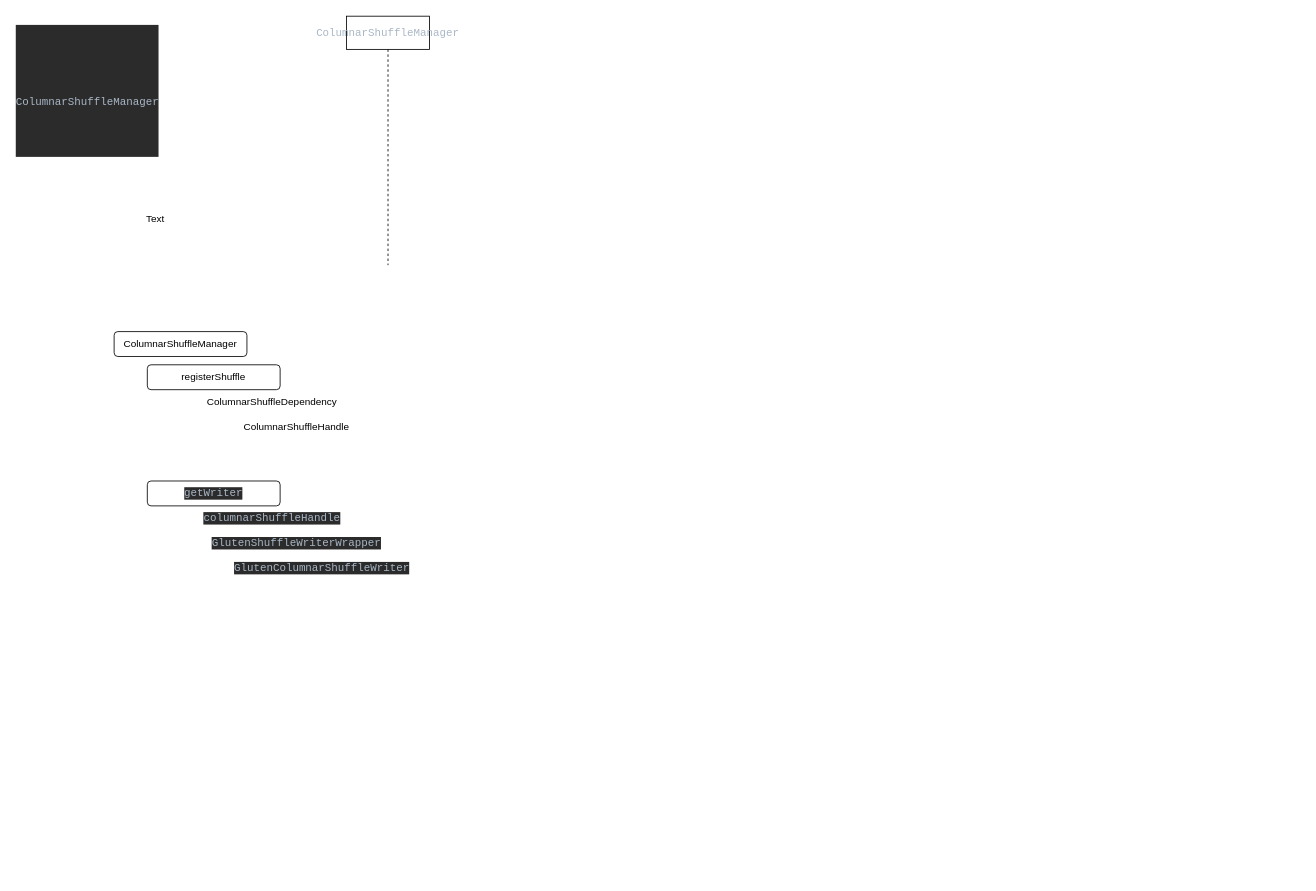
This is page "Page-1" (1 of 2) of gluten.drawio from loukey-lj/WX, a draw.io file, before an edit. Source tidied: cells renumbered, new cells numbered last; positions are measured from the earlier drawing's top-left corner, leaving out a move shared by most shapes. Both pictures are drawn from the tidied source at 83%, with x=0, y=0 at pixel (14, 16).
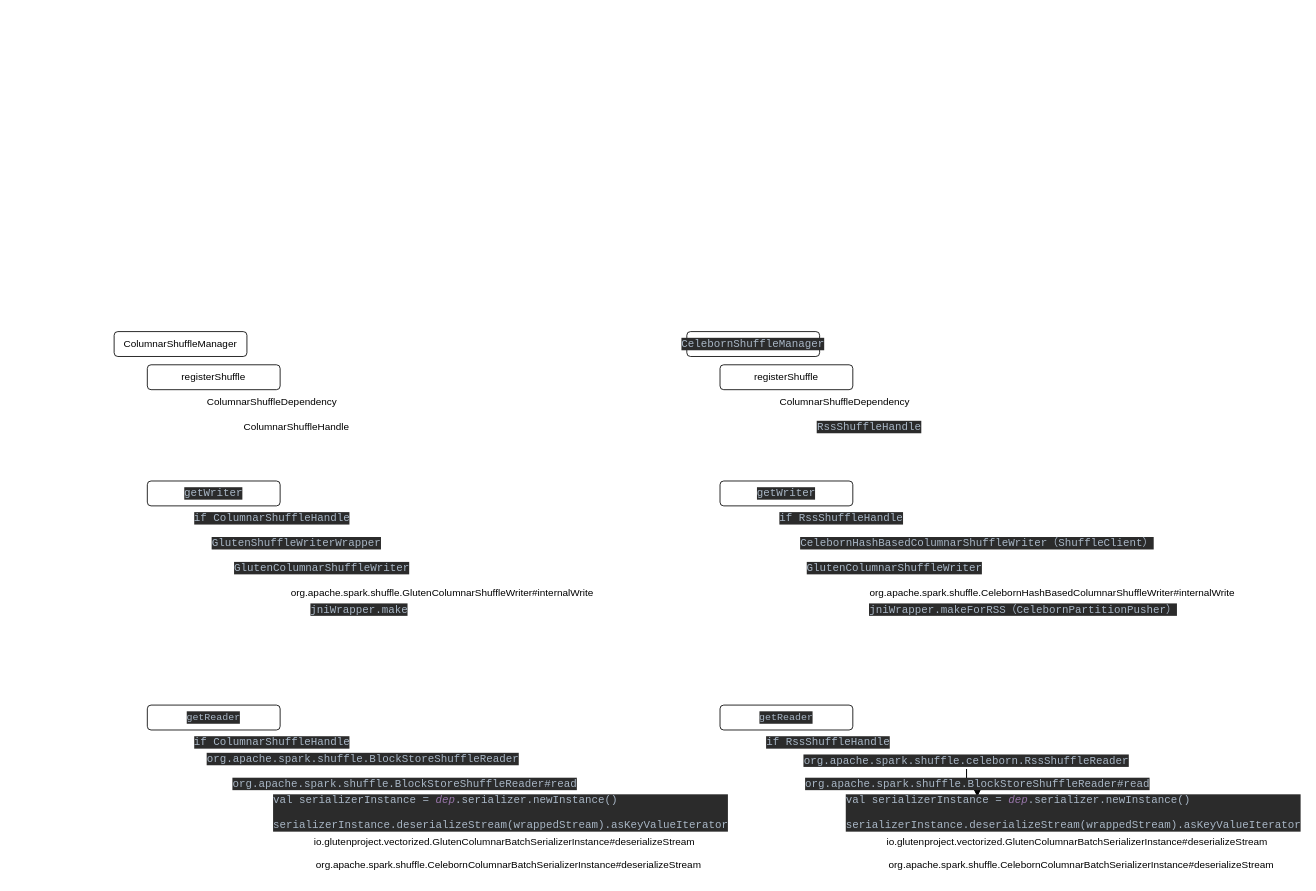
The same diagram, later.

Diff of the diagram source:
```diff
@@
-    <mxCell id="2" value="&lt;div style=&quot;background-color:#2b2b2b;color:#a9b7c6;font-family:'JetBrains Mono',monospace;font-size:9.8pt;&quot;&gt;&lt;pre&gt;&lt;br&gt;&lt;/pre&gt;&lt;pre&gt;&lt;br&gt;&lt;/pre&gt;&lt;pre&gt;&lt;br&gt;&lt;/pre&gt;&lt;pre&gt;ColumnarShuffleManager&lt;/pre&gt;&lt;pre&gt;&lt;div style=&quot;font-family: &amp;quot;JetBrains Mono&amp;quot;, monospace; font-size: 9.8pt;&quot;&gt;&lt;pre&gt;&lt;span style=&quot;white-space: normal;&quot;&gt;&lt;/span&gt;&lt;br&gt;&lt;/pre&gt;&lt;pre&gt;     &lt;/pre&gt;&lt;/div&gt;&lt;/pre&gt;&lt;/div&gt;" style="text;html=1;strokeColor=none;fillColor=none;align=left;verticalAlign=middle;whiteSpace=wrap;rounded=0;" parent="1" vertex="1">
-      <mxGeometry y="30" width="240" height="120" as="geometry" />
-    </mxCell>
-    <mxCell id="3" value="&lt;pre style=&quot;border-color: var(--border-color); font-style: normal; font-variant-ligatures: normal; font-variant-caps: normal; font-weight: 400; font-size: 13.0667px; color: rgb(169, 183, 198); text-align: left;&quot;&gt;&lt;br&gt;&lt;/pre&gt;" style="text;html=1;strokeColor=none;fillColor=none;align=center;verticalAlign=middle;whiteSpace=wrap;rounded=0;" parent="1" vertex="1">
-      <mxGeometry x="110" y="200" width="170" height="20" as="geometry" />
-    </mxCell>
-    <mxCell id="4" value="Text" style="text;html=1;strokeColor=none;fillColor=none;align=center;verticalAlign=middle;whiteSpace=wrap;rounded=0;" parent="1" vertex="1">
-      <mxGeometry x="140" y="230" width="60" height="30" as="geometry" />
-    </mxCell>
-    <mxCell id="5" value="&lt;pre style=&quot;border-color: var(--border-color); font-style: normal; font-variant-ligatures: normal; font-variant-caps: normal; font-weight: 400; font-size: 13.0667px; color: rgb(169, 183, 198); text-align: left;&quot;&gt;ColumnarShuffleManager&lt;/pre&gt;" style="shape=umlLifeline;perimeter=lifelinePerimeter;whiteSpace=wrap;html=1;newEdgeStyle={&quot;edgeStyle&quot;:&quot;elbowEdgeStyle&quot;,&quot;elbow&quot;:&quot;vertical&quot;,&quot;curved&quot;:0,&quot;rounded&quot;:0};" parent="1" vertex="1">
-      <mxGeometry x="400" width="100" height="300" as="geometry" />
-    </mxCell>
@@
-    <mxCell id="11" value="&lt;div style=&quot;background-color:#2b2b2b;color:#a9b7c6;font-family:'JetBrains Mono',monospace;font-size:9.8pt;&quot;&gt;&lt;pre&gt;columnarShuffleHandle&lt;/pre&gt;&lt;/div&gt;" style="text;align=center;verticalAlign=middle;strokeColor=none;fillColor=none;labelBorderColor=none;html=1;" parent="1" vertex="1">
-      <mxGeometry x="225" y="590" width="170" height="30" as="geometry" />
+    <mxCell id="11" value="&lt;div style=&quot;background-color:#2b2b2b;color:#a9b7c6;font-family:'JetBrains Mono',monospace;font-size:9.8pt;&quot;&gt;&lt;pre&gt;if ColumnarShuffleHandle&lt;/pre&gt;&lt;/div&gt;" style="text;align=center;verticalAlign=middle;strokeColor=none;fillColor=none;labelBorderColor=none;html=1;" parent="1" vertex="1">
+      <mxGeometry x="210" y="590" width="200" height="30" as="geometry" />
     </mxCell>
@@
+    <mxCell id="14" value="&lt;div style=&quot;background-color:#2b2b2b;color:#a9b7c6;font-family:'JetBrains Mono',monospace;font-size:9.8pt;&quot;&gt;&lt;pre&gt;jniWrapper.make&lt;/pre&gt;&lt;/div&gt;" style="text;html=1;align=center;verticalAlign=middle;strokeColor=none;fillColor=none;" parent="1" vertex="1">
+      <mxGeometry x="350" y="700" width="130" height="30" as="geometry" />
+    </mxCell>
+    <mxCell id="15" value="org.apache.spark.shuffle.GlutenColumnarShuffleWriter#internalWrite" style="text;html=1;align=center;verticalAlign=middle;strokeColor=none;fillColor=none;" parent="1" vertex="1">
+      <mxGeometry x="320" y="680" width="390" height="30" as="geometry" />
+    </mxCell>
+    <mxCell id="16" value="&lt;div style=&quot;background-color: rgb(43, 43, 43);&quot;&gt;&lt;pre style=&quot;&quot;&gt;&lt;font face=&quot;JetBrains Mono, monospace&quot; color=&quot;#a9b7c6&quot;&gt;getReader&lt;br&gt;&lt;/font&gt;&lt;/pre&gt;&lt;/div&gt;" style="rounded=1;labelBorderColor=none;html=1;whiteSpace=wrap;" parent="1" vertex="1">
+      <mxGeometry x="160" y="830" width="160" height="30" as="geometry" />
+    </mxCell>
+    <mxCell id="17" value="&lt;div style=&quot;background-color:#2b2b2b;color:#a9b7c6;font-family:'JetBrains Mono',monospace;font-size:9.8pt;&quot;&gt;&lt;pre&gt;&lt;div style=&quot;font-family: &amp;quot;JetBrains Mono&amp;quot;, monospace; font-size: 9.8pt;&quot;&gt;&lt;pre&gt;if ColumnarShuffleHandle&lt;/pre&gt;&lt;/div&gt;&lt;/pre&gt;&lt;/div&gt;" style="text;align=center;verticalAlign=middle;strokeColor=none;fillColor=none;labelBorderColor=none;html=1;" parent="1" vertex="1">
+      <mxGeometry x="210" y="860" width="200" height="30" as="geometry" />
+    </mxCell>
+    <mxCell id="18" value="&lt;div style=&quot;background-color:#2b2b2b;color:#a9b7c6;font-family:'JetBrains Mono',monospace;font-size:9.8pt;&quot;&gt;&lt;pre&gt;&lt;div style=&quot;font-family: &amp;quot;JetBrains Mono&amp;quot;, monospace; font-size: 9.8pt;&quot;&gt;&lt;pre&gt;org.apache.spark.shuffle.BlockStoreShuffleReader&lt;/pre&gt;&lt;/div&gt;&lt;/pre&gt;&lt;/div&gt;" style="text;strokeColor=none;fillColor=none;align=center;verticalAlign=middle;rounded=0;labelBorderColor=none;html=1;whiteSpace=wrap;" parent="1" vertex="1">
+      <mxGeometry x="340" y="880" width="160" height="30" as="geometry" />
+    </mxCell>
+    <mxCell id="19" value="&lt;div style=&quot;background-color:#2b2b2b;color:#a9b7c6;font-family:'JetBrains Mono',monospace;font-size:9.8pt;&quot;&gt;&lt;pre&gt;org.apache.spark.shuffle.BlockStoreShuffleReader#read&lt;/pre&gt;&lt;/div&gt;" style="text;html=1;align=center;verticalAlign=middle;strokeColor=none;fillColor=none;" parent="1" vertex="1">
+      <mxGeometry x="270" y="910" width="400" height="30" as="geometry" />
+    </mxCell>
+    <mxCell id="20" value="&lt;div style=&quot;background-color:#2b2b2b;color:#a9b7c6;font-family:'JetBrains Mono',monospace;font-size:9.8pt;&quot;&gt;&lt;pre&gt;val serializerInstance = &lt;span style=&quot;color:#9876aa;font-style:italic;&quot;&gt;dep&lt;/span&gt;.serializer.newInstance()&lt;/pre&gt;&lt;pre&gt;&lt;div style=&quot;font-family: &amp;quot;JetBrains Mono&amp;quot;, monospace; font-size: 9.8pt;&quot;&gt;&lt;pre&gt;serializerInstance.deserializeStream(wrappedStream).asKeyValueIterator&lt;/pre&gt;&lt;/div&gt;&lt;/pre&gt;&lt;/div&gt;" style="text;html=1;align=left;verticalAlign=middle;strokeColor=none;fillColor=none;" parent="1" vertex="1">
+      <mxGeometry x="310" y="940" width="530" height="40" as="geometry" />
+    </mxCell>
+    <mxCell id="21" value="io.glutenproject.vectorized.GlutenColumnarBatchSerializerInstance#deserializeStream" style="text;html=1;align=center;verticalAlign=middle;strokeColor=none;fillColor=none;" parent="1" vertex="1">
+      <mxGeometry x="350" y="980" width="480" height="30" as="geometry" />
+    </mxCell>
+    <mxCell id="22" value="org.apache.spark.shuffle.CelebornColumnarBatchSerializerInstance#deserializeStream" style="text;html=1;align=center;verticalAlign=middle;strokeColor=none;fillColor=none;" parent="1" vertex="1">
+      <mxGeometry x="350" y="1008" width="490" height="30" as="geometry" />
+    </mxCell>
+    <mxCell id="23" value="&lt;div style=&quot;background-color:#2b2b2b;color:#a9b7c6;font-family:'JetBrains Mono',monospace;font-size:9.8pt;&quot;&gt;&lt;pre&gt;CelebornShuffleManager&lt;/pre&gt;&lt;/div&gt;" style="rounded=1;labelBorderColor=none;html=1;whiteSpace=wrap;" parent="1" vertex="1">
+      <mxGeometry x="810" y="380" width="160" height="30" as="geometry" />
+    </mxCell>
+    <mxCell id="24" value="registerShuffle" style="rounded=1;labelBorderColor=none;html=1;whiteSpace=wrap;" parent="1" vertex="1">
+      <mxGeometry x="850" y="420" width="160" height="30" as="geometry" />
+    </mxCell>
+    <mxCell id="25" value="ColumnarShuffleDependency&lt;br&gt;" style="text;align=center;verticalAlign=middle;strokeColor=none;fillColor=none;labelBorderColor=none;html=1;" parent="1" vertex="1">
+      <mxGeometry x="900" y="450" width="200" height="30" as="geometry" />
+    </mxCell>
+    <mxCell id="26" value="&lt;div style=&quot;background-color:#2b2b2b;color:#a9b7c6;font-family:'JetBrains Mono',monospace;font-size:9.8pt;&quot;&gt;&lt;pre&gt;RssShuffleHandle&lt;/pre&gt;&lt;/div&gt;" style="text;strokeColor=none;fillColor=none;align=center;verticalAlign=middle;rounded=0;labelBorderColor=none;html=1;whiteSpace=wrap;" parent="1" vertex="1">
+      <mxGeometry x="950" y="480" width="160" height="30" as="geometry" />
+    </mxCell>
+    <mxCell id="27" value="&lt;div style=&quot;background-color:#2b2b2b;color:#a9b7c6;font-family:'JetBrains Mono',monospace;font-size:9.8pt;&quot;&gt;&lt;pre&gt;getWriter&lt;/pre&gt;&lt;/div&gt;" style="rounded=1;labelBorderColor=none;html=1;whiteSpace=wrap;" parent="1" vertex="1">
+      <mxGeometry x="850" y="560" width="160" height="30" as="geometry" />
+    </mxCell>
+    <mxCell id="28" value="&lt;div style=&quot;background-color:#2b2b2b;color:#a9b7c6;font-family:'JetBrains Mono',monospace;font-size:9.8pt;&quot;&gt;&lt;pre&gt;if RssShuffleHandle&lt;/pre&gt;&lt;/div&gt;" style="text;align=left;verticalAlign=middle;strokeColor=none;fillColor=none;labelBorderColor=none;html=1;" parent="1" vertex="1">
+      <mxGeometry x="920" y="590" width="160" height="30" as="geometry" />
+    </mxCell>
+    <mxCell id="29" value="&lt;div style=&quot;background-color:#2b2b2b;color:#a9b7c6;font-family:'JetBrains Mono',monospace;font-size:9.8pt;&quot;&gt;&lt;pre&gt;&lt;div style=&quot;font-family: &amp;quot;JetBrains Mono&amp;quot;, monospace; font-size: 9.8pt;&quot;&gt;&lt;pre&gt;&lt;div style=&quot;font-family: &amp;quot;JetBrains Mono&amp;quot;, monospace; font-size: 9.8pt;&quot;&gt;&lt;pre&gt;CelebornHashBasedColumnarShuffleWriter（ShuffleClient）&lt;/pre&gt;&lt;/div&gt;&lt;/pre&gt;&lt;/div&gt;&lt;/pre&gt;&lt;/div&gt;" style="text;strokeColor=none;fillColor=none;align=center;verticalAlign=middle;rounded=0;labelBorderColor=none;html=1;whiteSpace=wrap;" parent="1" vertex="1">
+      <mxGeometry x="950" y="620" width="420" height="30" as="geometry" />
+    </mxCell>
+    <mxCell id="30" value="&lt;div style=&quot;background-color:#2b2b2b;color:#a9b7c6;font-family:'JetBrains Mono',monospace;font-size:9.8pt;&quot;&gt;&lt;pre&gt;GlutenColumnarShuffleWriter&lt;/pre&gt;&lt;/div&gt;" style="text;html=1;align=center;verticalAlign=middle;strokeColor=none;fillColor=none;" parent="1" vertex="1">
+      <mxGeometry x="950" y="650" width="220" height="30" as="geometry" />
+    </mxCell>
+    <mxCell id="31" value="&lt;div style=&quot;background-color:#2b2b2b;color:#a9b7c6;font-family:'JetBrains Mono',monospace;font-size:9.8pt;&quot;&gt;&lt;pre&gt;jniWrapper.makeForRSS（CelebornPartitionPusher）&lt;/pre&gt;&lt;/div&gt;" style="text;html=1;align=center;verticalAlign=middle;strokeColor=none;fillColor=none;" parent="1" vertex="1">
+      <mxGeometry x="1030" y="700" width="370" height="30" as="geometry" />
+    </mxCell>
+    <mxCell id="32" value="org.apache.spark.shuffle.CelebornHashBasedColumnarShuffleWriter#internalWrite" style="text;html=1;align=center;verticalAlign=middle;strokeColor=none;fillColor=none;" parent="1" vertex="1">
+      <mxGeometry x="1020" y="680" width="460" height="30" as="geometry" />
+    </mxCell>
+    <mxCell id="33" value="&lt;div style=&quot;background-color: rgb(43, 43, 43);&quot;&gt;&lt;pre style=&quot;&quot;&gt;&lt;font face=&quot;JetBrains Mono, monospace&quot; color=&quot;#a9b7c6&quot;&gt;getReader&lt;br&gt;&lt;/font&gt;&lt;/pre&gt;&lt;/div&gt;" style="rounded=1;labelBorderColor=none;html=1;whiteSpace=wrap;" parent="1" vertex="1">
+      <mxGeometry x="850" y="830" width="160" height="30" as="geometry" />
+    </mxCell>
+    <mxCell id="34" value="&lt;div style=&quot;background-color:#2b2b2b;color:#a9b7c6;font-family:'JetBrains Mono',monospace;font-size:9.8pt;&quot;&gt;&lt;pre&gt;&lt;div style=&quot;font-family: &amp;quot;JetBrains Mono&amp;quot;, monospace; font-size: 9.8pt;&quot;&gt;&lt;pre&gt;if RssShuffleHandle&lt;/pre&gt;&lt;/div&gt;&lt;/pre&gt;&lt;/div&gt;" style="text;align=center;verticalAlign=middle;strokeColor=none;fillColor=none;labelBorderColor=none;html=1;" parent="1" vertex="1">
+      <mxGeometry x="900" y="860" width="160" height="30" as="geometry" />
+    </mxCell>
+    <mxCell id="35" style="edgeStyle=orthogonalEdgeStyle;rounded=0;jettySize=auto;html=1;" parent="1" edge="1" source="37" target="38">
+      <mxGeometry relative="1" as="geometry" />
+    </mxCell>
+    <mxCell id="36" style="edgeStyle=orthogonalEdgeStyle;rounded=0;jettySize=auto;html=1;" parent="1" edge="1" source="37" target="38">
+      <mxGeometry relative="1" as="geometry" />
+    </mxCell>
+    <mxCell id="37" value="&lt;div style=&quot;background-color:#2b2b2b;color:#a9b7c6;font-family:'JetBrains Mono',monospace;font-size:9.8pt;&quot;&gt;&lt;pre&gt;&lt;div style=&quot;font-family: &amp;quot;JetBrains Mono&amp;quot;, monospace; font-size: 9.8pt;&quot;&gt;&lt;pre&gt;org.apache.spark.shuffle.celeborn.RssShuffleReader&lt;/pre&gt;&lt;/div&gt;&lt;/pre&gt;&lt;/div&gt;" style="text;strokeColor=none;fillColor=none;align=center;verticalAlign=middle;rounded=0;labelBorderColor=none;html=1;whiteSpace=wrap;" parent="1" vertex="1">
+      <mxGeometry x="962" y="887" width="370" height="20" as="geometry" />
+    </mxCell>
+    <mxCell id="38" value="&lt;div style=&quot;background-color:#2b2b2b;color:#a9b7c6;font-family:'JetBrains Mono',monospace;font-size:9.8pt;&quot;&gt;&lt;pre&gt;org.apache.spark.shuffle.BlockStoreShuffleReader#read&lt;/pre&gt;&lt;/div&gt;" style="text;html=1;align=center;verticalAlign=middle;points=[];strokeColor=none;fillColor=none;" parent="1" vertex="1">
+      <mxGeometry x="960" y="910" width="400" height="30" as="geometry" />
+    </mxCell>
+    <mxCell id="39" value="&lt;div style=&quot;background-color:#2b2b2b;color:#a9b7c6;font-family:'JetBrains Mono',monospace;font-size:9.8pt;&quot;&gt;&lt;pre&gt;val serializerInstance = &lt;span style=&quot;color:#9876aa;font-style:italic;&quot;&gt;dep&lt;/span&gt;.serializer.newInstance()&lt;/pre&gt;&lt;pre&gt;&lt;div style=&quot;font-family: &amp;quot;JetBrains Mono&amp;quot;, monospace; font-size: 9.8pt;&quot;&gt;&lt;pre&gt;serializerInstance.deserializeStream(wrappedStream).asKeyValueIterator&lt;/pre&gt;&lt;/div&gt;&lt;/pre&gt;&lt;/div&gt;" style="text;html=1;align=left;verticalAlign=middle;strokeColor=none;fillColor=none;" parent="1" vertex="1">
+      <mxGeometry x="1000" y="940" width="530" height="40" as="geometry" />
+    </mxCell>
+    <mxCell id="40" value="io.glutenproject.vectorized.GlutenColumnarBatchSerializerInstance#deserializeStream" style="text;html=1;align=center;verticalAlign=middle;strokeColor=none;fillColor=none;" parent="1" vertex="1">
+      <mxGeometry x="1040" y="980" width="480" height="30" as="geometry" />
+    </mxCell>
+    <mxCell id="41" value="org.apache.spark.shuffle.CelebornColumnarBatchSerializerInstance#deserializeStream" style="text;html=1;align=center;verticalAlign=middle;strokeColor=none;fillColor=none;" parent="1" vertex="1">
+      <mxGeometry x="1040" y="1008" width="490" height="30" as="geometry" />
+    </mxCell>
```
